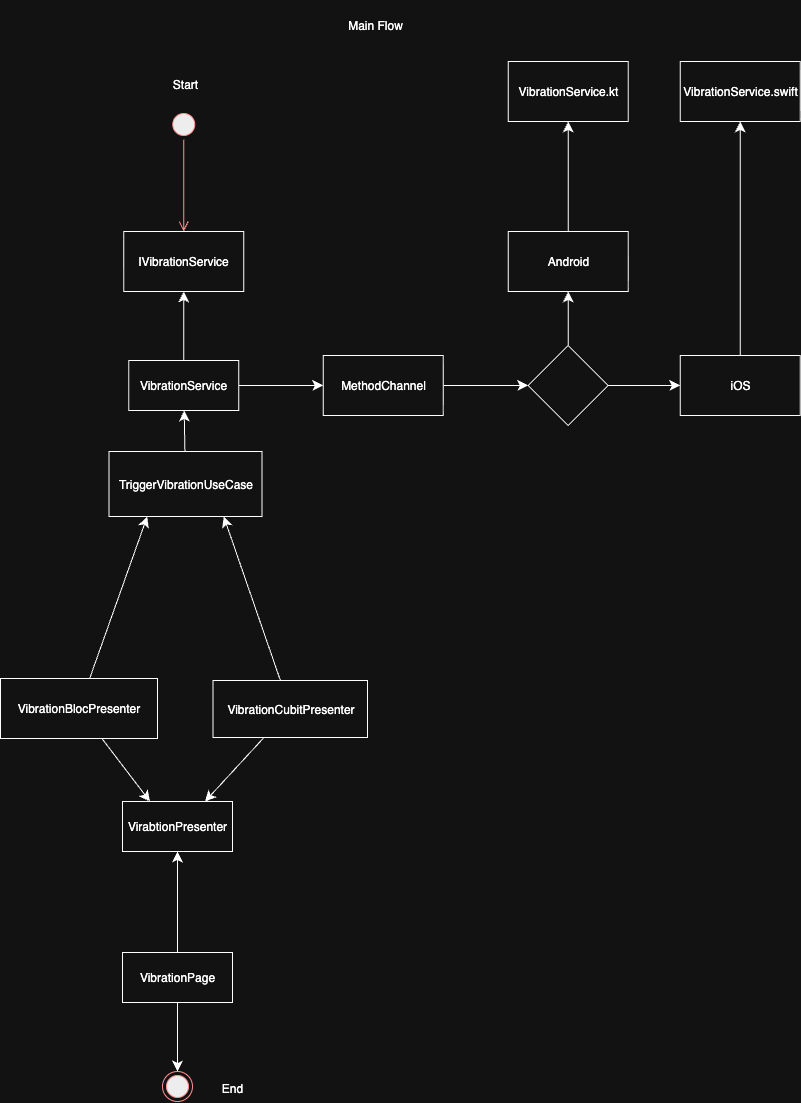
This is docs/Main Flow.drawio.png from d-apps/flutter_vibration_platform_channel, a draw.io export, as it was before one commit. Source tidied: cells renumbered, new cells last; positions are measured from the earlier drawing's top-left corner, leaving out a move shared by most shapes.
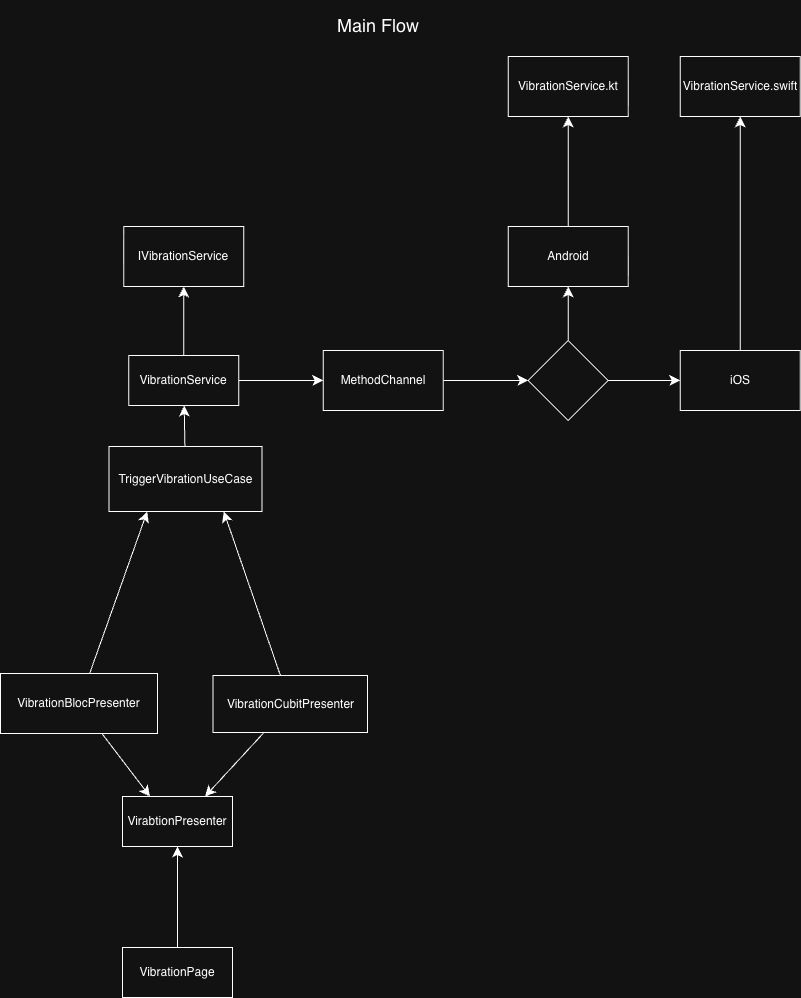
After the commit.

Commit message:
- update readme - replace main flow diagram

The edit, as a diff of the source:
```diff
@@ -68,24 +68,12 @@
     <mxCell id="23" value="VibrationCubitPresenter" style="html=1;whiteSpace=wrap;" parent="1" vertex="1">
       <mxGeometry x="212.5" y="680" width="154.5" height="57" as="geometry" />
     </mxCell>
-    <mxCell id="24" style="edgeStyle=none;curved=1;rounded=0;jettySize=auto;html=1;fontSize=12;startSize=8;endSize=8;" parent="1" edge="1" source="26" target="29">
-      <mxGeometry relative="1" as="geometry" />
-    </mxCell>
     <mxCell id="25" style="edgeStyle=none;curved=1;rounded=0;jettySize=auto;html=1;fontSize=12;startSize=8;endSize=8;entryX=0.5;entryY=1;entryDx=0;entryDy=0;" parent="1" edge="1" source="26" target="20">
       <mxGeometry relative="1" as="geometry" />
     </mxCell>
     <mxCell id="26" value="VibrationPage" style="html=1;whiteSpace=wrap;" parent="1" vertex="1">
       <mxGeometry x="122" y="952" width="110" height="50" as="geometry" />
     </mxCell>
-    <mxCell id="27" style="ellipse;html=1;shape=startState;fillColor=#000000;strokeColor=#ff0000;" parent="1" vertex="1">
-      <mxGeometry x="168.2" y="109" width="30" height="30" as="geometry" />
-    </mxCell>
-    <mxCell id="28" style="edgeStyle=orthogonalEdgeStyle;html=1;verticalAlign=bottom;endArrow=open;endSize=8;strokeColor=#ff0000;rounded=0;fontSize=12;curved=1;entryX=0.5;entryY=0;entryDx=0;entryDy=0;" parent="1" edge="1" source="27" target="5">
-      <mxGeometry relative="1" as="geometry" />
-    </mxCell>
-    <mxCell id="29" style="ellipse;html=1;shape=endState;fillColor=#000000;strokeColor=#ff0000;" parent="1" vertex="1">
-      <mxGeometry x="162" y="1071" width="30" height="30" as="geometry" />
-    </mxCell>
     <mxCell id="30" style="edgeStyle=none;curved=1;rounded=0;jettySize=auto;html=1;fontSize=12;startSize=8;endSize=8;entryX=0.25;entryY=0;entryDx=0;entryDy=0;" parent="1" edge="1" source="32" target="20">
       <mxGeometry relative="1" as="geometry" />
     </mxCell>
@@ -95,14 +83,8 @@
     <mxCell id="32" value="VibrationBlocPresenter" style="whiteSpace=wrap;html=1;" parent="1" vertex="1">
       <mxGeometry y="678" width="157" height="60" as="geometry" />
     </mxCell>
-    <mxCell id="33" value="Start" style="text;html=1;align=center;verticalAlign=middle;whiteSpace=wrap;rounded=0;" parent="1" vertex="1">
-      <mxGeometry x="155" y="69" width="60" height="30" as="geometry" />
-    </mxCell>
-    <mxCell id="34" value="End" style="text;html=1;align=center;verticalAlign=middle;whiteSpace=wrap;rounded=0;" parent="1" vertex="1">
-      <mxGeometry x="201.5" y="1073" width="60" height="30" as="geometry" />
-    </mxCell>
-    <mxCell id="35" value="Main Flow" style="text;html=1;align=center;verticalAlign=middle;whiteSpace=wrap;rounded=0;" parent="1" vertex="1">
-      <mxGeometry x="235" width="280" height="49" as="geometry" />
+    <mxCell id="35" value="&lt;font style=&quot;font-size: 18px;&quot;&gt;Main Flow&lt;/font&gt;" style="text;html=1;align=center;verticalAlign=middle;whiteSpace=wrap;rounded=0;" parent="1" vertex="1">
+      <mxGeometry x="238.2" y="5" width="280" height="49" as="geometry" />
     </mxCell>
   </root>
 </mxGraphModel>
```
